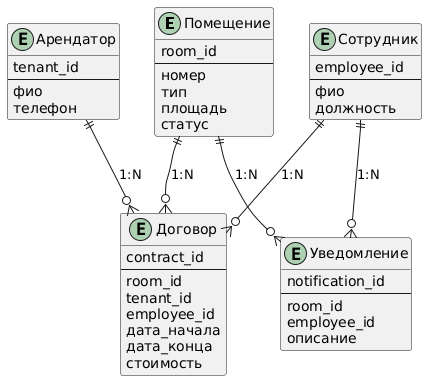
The PlantUML diagram docs/diagrams/er_diagram.png in 1areseon1/gitExample, before a commit. The source it was exported from:
```plantuml
@startuml
entity "Помещение" as Room {
  room_id
  --
  номер
  тип
  площадь
  статус
}

entity "Арендатор" as Tenant {
  tenant_id
  --
  фио
  телефон
}

entity "Сотрудник" as Employee {
  employee_id
  --
  фио
  должность
}

entity "Договор" as Contract {
  contract_id
  --
  room_id
  tenant_id
  employee_id
  дата_начала
  дата_конца
  стоимость
}

entity "Уведомление" as Notification {
  notification_id
  --
  room_id
  employee_id
  описание
}

Room ||--o{ Contract : "1:N"
Tenant ||--o{ Contract : "1:N"
Employee ||--o{ Contract : "1:N"
Room ||--o{ Notification : "1:N"
Employee ||--o{ Notification : "1:N"
@enduml
```
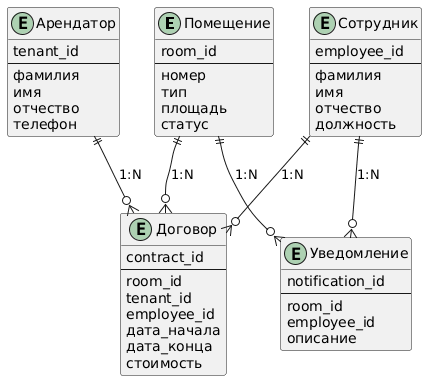
After the commit.

The edit, as a diff of the source:
```diff
@@ -11,14 +11,18 @@
 entity "Арендатор" as Tenant {
   tenant_id
   --
-  фио
+  фамилия
+  имя
+  отчество
   телефон
 }
 
 entity "Сотрудник" as Employee {
   employee_id
   --
-  фио
+  фамилия
+  имя
+  отчество
   должность
 }
 
```
